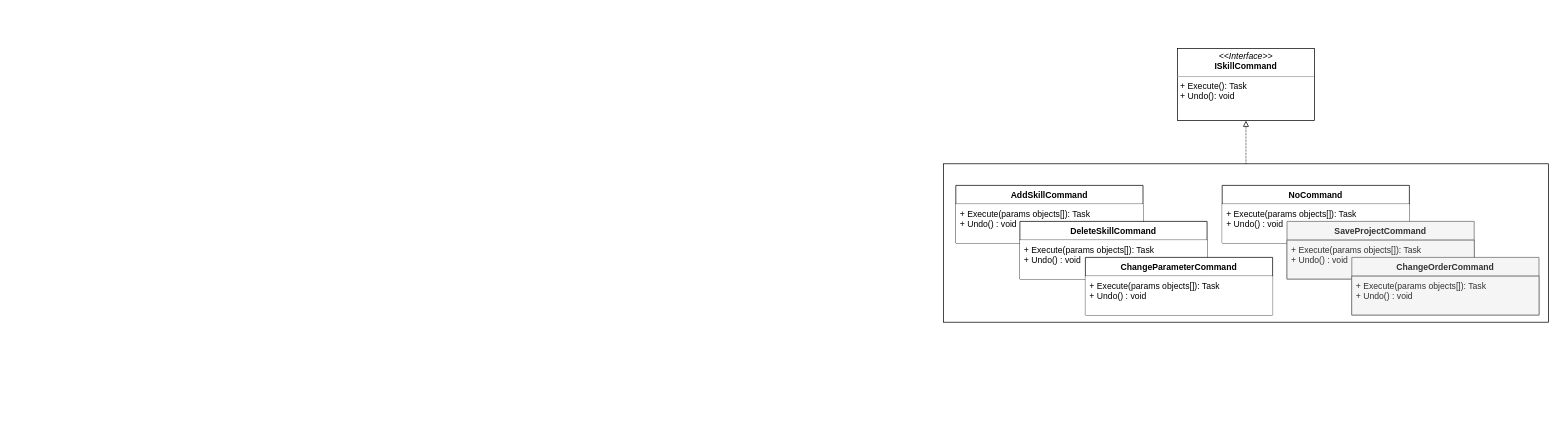
The draw.io diagram page "LatexFigs" (13 of 13) of MAdiagrams.drawio in Gescheld/DrawIO, before the edit. Source tidied: cells renumbered, new cells numbered last; positions are measured from the earlier drawing's top-left corner, leaving out a move shared by most shapes. Both pictures are drawn from the tidied source at 72%, with x=0, y=0 at pixel (943, 48).
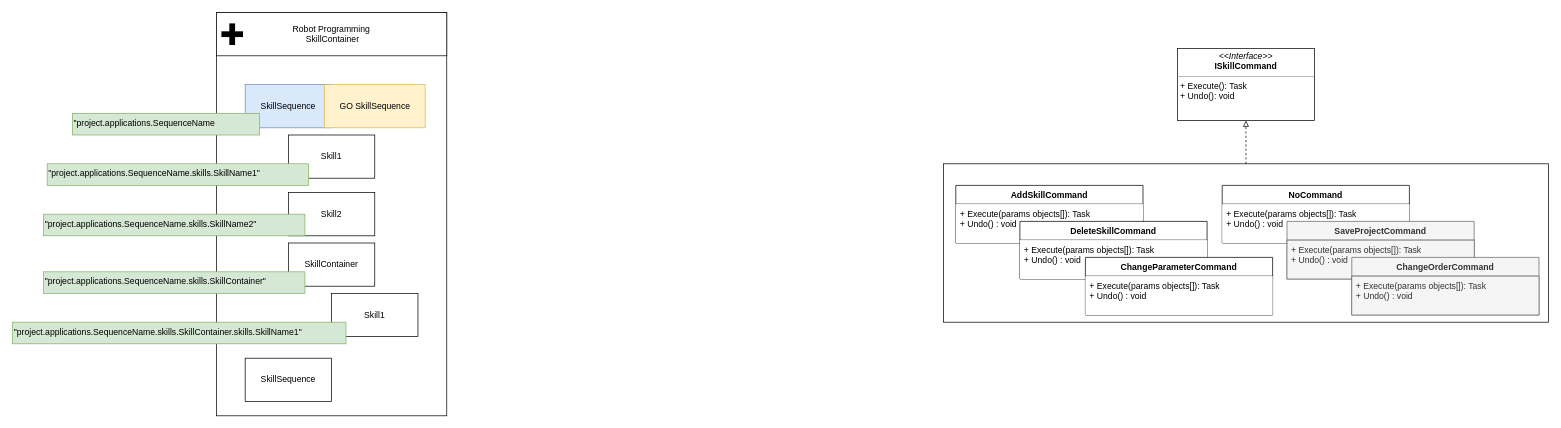
After the change.

Unchanged cells that the change refers to:
```xml
<mxCell id="3" value="&lt;p style=&quot;margin:0px;margin-top:4px;text-align:center;&quot;&gt;&lt;i&gt;&amp;lt;&amp;lt;Interface&amp;gt;&amp;gt;&lt;/i&gt;&lt;br&gt;&lt;b&gt;ISkillCommand&lt;/b&gt;&lt;/p&gt;&lt;hr size=&quot;1&quot;&gt;&lt;p style=&quot;margin:0px;margin-left:4px;&quot;&gt;+ Execute(): Task&lt;br&gt;+ Undo(): void&lt;/p&gt;" style="verticalAlign=top;align=left;overflow=fill;fontSize=12;fontFamily=Helvetica;html=1;whiteSpace=wrap;" parent="1" vertex="1">
  <mxGeometry x="325" width="190" height="100" as="geometry" />
</mxCell>
```

Diff of the diagram source:
```diff
@@
-    <mxCell id="16" style="rounded=0;jettySize=auto;html=1;endArrow=block;endFill=0;entryX=0.5;entryY=1;entryDx=0;entryDy=0;dashed=1;dashPattern=1 1;" parent="1" edge="1" target="3">
+    <mxCell id="16" style="rounded=0;jettySize=auto;html=1;endArrow=block;endFill=0;entryX=0.5;entryY=1;entryDx=0;entryDy=0;dashed=1;" parent="1" edge="1" target="3">
       <mxGeometry relative="1" as="geometry">
         <mxPoint x="420" y="160" as="sourcePoint" />
       </mxGeometry>
     </mxCell>
+    <mxCell id="17" style="group;" parent="1" vertex="1">
+      <mxGeometry x="-1010" y="-50" width="320" height="560" as="geometry" />
+    </mxCell>
+    <mxCell id="18" style="rounded=0;whiteSpace=wrap;html=1;" parent="17" vertex="1">
+      <mxGeometry width="320" height="560" as="geometry" />
+    </mxCell>
+    <mxCell id="19" value="Robot Programming&lt;br&gt;&amp;nbsp;SkillContainer &lt;br&gt;" style="rounded=0;whiteSpace=wrap;html=1;" parent="17" vertex="1">
+      <mxGeometry width="320" height="60" as="geometry" />
+    </mxCell>
+    <mxCell id="20" value="SkillSequence" style="rounded=0;whiteSpace=wrap;html=1;fillColor=#dae8fc;strokeColor=#6c8ebf;" parent="17" vertex="1">
+      <mxGeometry x="40" y="100" width="120" height="60" as="geometry" />
+    </mxCell>
+    <mxCell id="21" value="Skill1" style="rounded=0;whiteSpace=wrap;html=1;" parent="17" vertex="1">
+      <mxGeometry x="100" y="170" width="120" height="60" as="geometry" />
+    </mxCell>
+    <mxCell id="22" value="Skill2" style="rounded=0;whiteSpace=wrap;html=1;" parent="17" vertex="1">
+      <mxGeometry x="100" y="250" width="120" height="60" as="geometry" />
+    </mxCell>
+    <mxCell id="23" value="SkillContainer" style="rounded=0;whiteSpace=wrap;html=1;" parent="17" vertex="1">
+      <mxGeometry x="100" y="320" width="120" height="60" as="geometry" />
+    </mxCell>
+    <mxCell id="24" value="SkillSequence" style="rounded=0;whiteSpace=wrap;html=1;" parent="17" vertex="1">
+      <mxGeometry x="40" y="480" width="120" height="60" as="geometry" />
+    </mxCell>
+    <mxCell id="25" value="GO SkillSequence" style="html=1;fillColor=#fff2cc;strokeColor=#d6b656;" parent="17" vertex="1">
+      <mxGeometry x="150" y="100" width="140" height="60" as="geometry" />
+    </mxCell>
+    <mxCell id="26" value="&lt;span style=&quot;color: rgb(0, 0, 0); font-family: Helvetica; font-size: 12px; font-style: normal; font-variant-ligatures: normal; font-variant-caps: normal; font-weight: 400; letter-spacing: normal; orphans: 2; text-align: left; text-indent: 0px; text-transform: none; widows: 2; word-spacing: 0px; -webkit-text-stroke-width: 0px; text-decoration-thickness: initial; text-decoration-style: initial; text-decoration-color: initial; float: none; display: inline !important;&quot;&gt;&quot;project.applications.SequenceName&lt;/span&gt;" style="text;whiteSpace=wrap;html=1;strokeColor=#82b366;fillColor=#d5e8d4;" parent="17" vertex="1">
+      <mxGeometry x="-200" y="140" width="260" height="30" as="geometry" />
+    </mxCell>
+    <mxCell id="27" value="&lt;span style=&quot;color: rgb(0, 0, 0); font-family: Helvetica; font-size: 12px; font-style: normal; font-variant-ligatures: normal; font-variant-caps: normal; font-weight: 400; letter-spacing: normal; orphans: 2; text-align: left; text-indent: 0px; text-transform: none; widows: 2; word-spacing: 0px; -webkit-text-stroke-width: 0px; text-decoration-thickness: initial; text-decoration-style: initial; text-decoration-color: initial; float: none; display: inline !important;&quot;&gt;&quot;project.applications.SequenceName.skills.SkillName2&quot;&lt;/span&gt;" style="text;whiteSpace=wrap;html=1;strokeColor=#82b366;fillColor=#d5e8d4;" parent="17" vertex="1">
+      <mxGeometry x="-240" y="280" width="363" height="30" as="geometry" />
+    </mxCell>
+    <mxCell id="28" value="Skill1" style="rounded=0;whiteSpace=wrap;html=1;" parent="17" vertex="1">
+      <mxGeometry x="160" y="390" width="120" height="60" as="geometry" />
+    </mxCell>
+    <mxCell id="29" value="&lt;span style=&quot;color: rgb(0, 0, 0); font-family: Helvetica; font-size: 12px; font-style: normal; font-variant-ligatures: normal; font-variant-caps: normal; font-weight: 400; letter-spacing: normal; orphans: 2; text-align: left; text-indent: 0px; text-transform: none; widows: 2; word-spacing: 0px; -webkit-text-stroke-width: 0px; text-decoration-thickness: initial; text-decoration-style: initial; text-decoration-color: initial; float: none; display: inline !important;&quot;&gt;&quot;project.applications.SequenceName.skills.SkillContainer.skills.SkillName1&quot;&lt;/span&gt;" style="text;whiteSpace=wrap;html=1;strokeColor=#82b366;fillColor=#d5e8d4;" parent="17" vertex="1">
+      <mxGeometry x="-283" y="430" width="463" height="30" as="geometry" />
+    </mxCell>
+    <mxCell id="30" style="group;" parent="17" vertex="1">
+      <mxGeometry x="27" y="10" height="40" as="geometry" />
+    </mxCell>
+    <mxCell id="31" style="endArrow=none;html=1;rounded=0;jumpSize=14;strokeWidth=8;" parent="30" edge="1">
+      <mxGeometry relative="1" as="geometry">
+        <mxPoint x="-20" y="20" as="sourcePoint" />
+        <mxPoint x="10" y="20" as="targetPoint" />
+        <Array as="points">
+          <mxPoint y="20" />
+        </Array>
+      </mxGeometry>
+    </mxCell>
+    <mxCell id="32" style="endArrow=none;html=1;rounded=0;jumpSize=14;strokeWidth=8;" parent="17" edge="1">
+      <mxGeometry relative="1" as="geometry">
+        <mxPoint x="22" y="45" as="sourcePoint" />
+        <mxPoint x="22" y="15" as="targetPoint" />
+      </mxGeometry>
+    </mxCell>
+    <mxCell id="33" value="&lt;span style=&quot;color: rgb(0, 0, 0); font-family: Helvetica; font-size: 12px; font-style: normal; font-variant-ligatures: normal; font-variant-caps: normal; font-weight: 400; letter-spacing: normal; orphans: 2; text-align: left; text-indent: 0px; text-transform: none; widows: 2; word-spacing: 0px; -webkit-text-stroke-width: 0px; text-decoration-thickness: initial; text-decoration-style: initial; text-decoration-color: initial; float: none; display: inline !important;&quot;&gt;&quot;project.applications.SequenceName.skills.SkillName1&quot;&lt;/span&gt;" style="text;whiteSpace=wrap;html=1;strokeColor=#82b366;fillColor=#d5e8d4;" parent="1" vertex="1">
+      <mxGeometry x="-1245" y="160" width="363" height="30" as="geometry" />
+    </mxCell>
+    <mxCell id="34" value="&lt;span style=&quot;color: rgb(0, 0, 0); font-family: Helvetica; font-size: 12px; font-style: normal; font-variant-ligatures: normal; font-variant-caps: normal; font-weight: 400; letter-spacing: normal; orphans: 2; text-align: left; text-indent: 0px; text-transform: none; widows: 2; word-spacing: 0px; -webkit-text-stroke-width: 0px; text-decoration-thickness: initial; text-decoration-style: initial; text-decoration-color: initial; float: none; display: inline !important;&quot;&gt;&quot;project.applications.SequenceName.skills.SkillContainer&quot;&lt;/span&gt;" style="text;whiteSpace=wrap;html=1;strokeColor=#82b366;fillColor=#d5e8d4;" parent="1" vertex="1">
+      <mxGeometry x="-1250" y="310" width="363" height="30" as="geometry" />
+    </mxCell>
```
